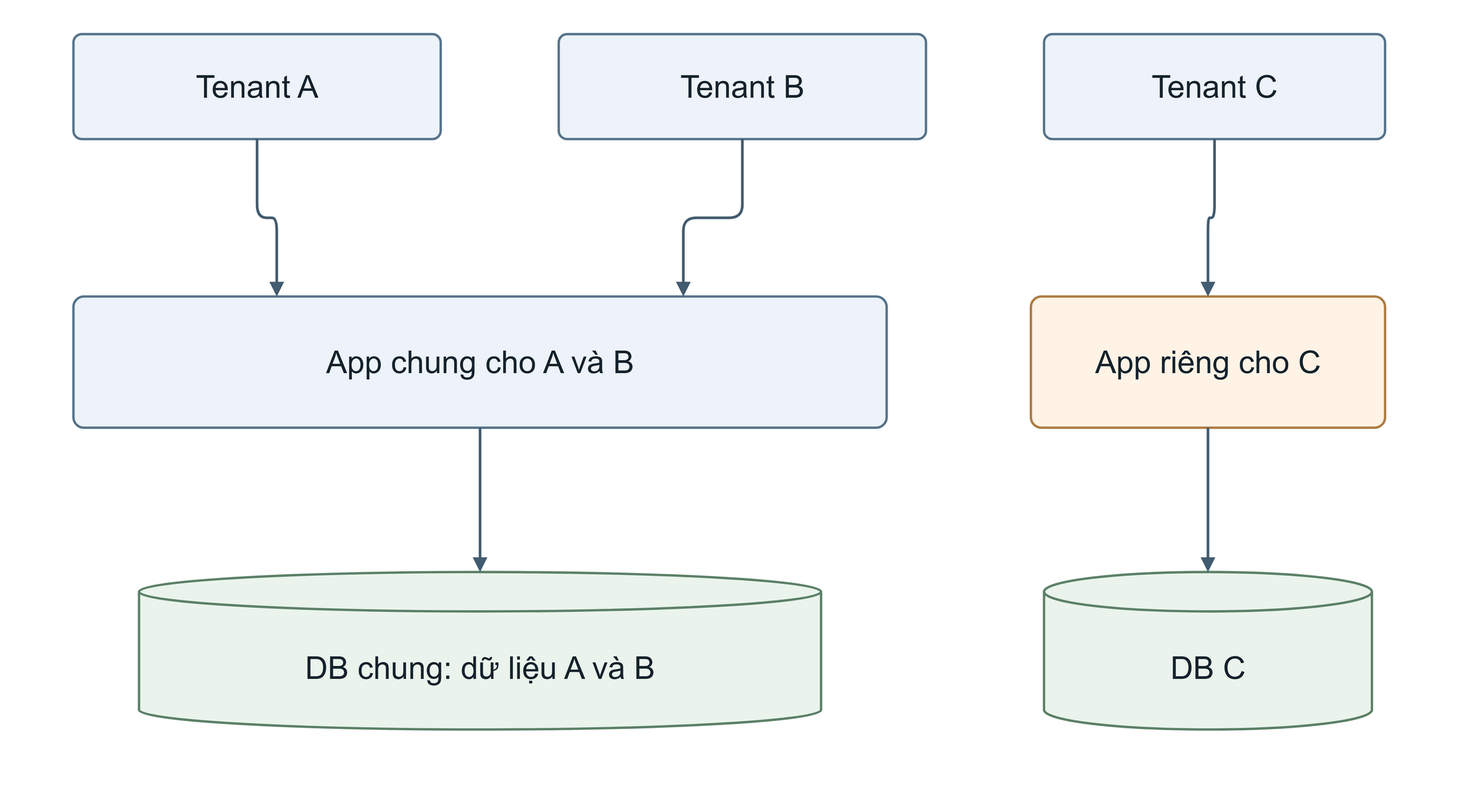
The draw.io diagram output/report-theo-dany/figures/editable-png/hinh_2_4_hybrid.drawio.png in Hungcb123/NCKH-Hung, before a commit. Source tidied: cells renumbered, new cells last; positions are measured from the earlier drawing's top-left corner, leaving out a move shared by most shapes. Source of this version:
```xml
<mxGraphModel background="#ffffff">
  <root>
    <mxCell id="0" />
    <mxCell id="1" parent="0" />
    <mxCell id="2" style="html=1;whiteSpace=wrap;fontFamily=Arial;fontColor=#16232D;fontSize=24;spacing=10;align=center;verticalAlign=middle;fillColor=none;strokeColor=none;" parent="1" vertex="1">
      <mxGeometry width="1100" height="600" as="geometry" />
    </mxCell>
    <mxCell id="3" value="Tenant A" style="html=1;whiteSpace=wrap;fontFamily=Arial;fontColor=#16232D;fontSize=24;spacing=10;align=center;verticalAlign=middle;rounded=1;arcSize=8;fillColor=#EDF3F8;strokeColor=#57748C;strokeWidth=1.8;" parent="1" vertex="1">
      <mxGeometry x="50" y="20" width="280" height="80" as="geometry" />
    </mxCell>
    <mxCell id="4" value="Tenant B" style="html=1;whiteSpace=wrap;fontFamily=Arial;fontColor=#16232D;fontSize=24;spacing=10;align=center;verticalAlign=middle;rounded=1;arcSize=8;fillColor=#EDF3F8;strokeColor=#57748C;strokeWidth=1.8;" parent="1" vertex="1">
      <mxGeometry x="420" y="20" width="280" height="80" as="geometry" />
    </mxCell>
    <mxCell id="5" value="Tenant C" style="html=1;whiteSpace=wrap;fontFamily=Arial;fontColor=#16232D;fontSize=24;spacing=10;align=center;verticalAlign=middle;rounded=1;arcSize=8;fillColor=#EDF3F8;strokeColor=#57748C;strokeWidth=1.8;" parent="1" vertex="1">
      <mxGeometry x="790" y="20" width="260" height="80" as="geometry" />
    </mxCell>
    <mxCell id="6" value="App chung cho A và B" style="html=1;whiteSpace=wrap;fontFamily=Arial;fontColor=#16232D;fontSize=24;spacing=10;align=center;verticalAlign=middle;rounded=1;arcSize=8;fillColor=#EDF3F8;strokeColor=#57748C;strokeWidth=1.8;" parent="1" vertex="1">
      <mxGeometry x="50" y="220" width="620" height="100" as="geometry" />
    </mxCell>
    <mxCell id="7" value="App riêng cho C" style="html=1;whiteSpace=wrap;fontFamily=Arial;fontColor=#16232D;fontSize=24;spacing=10;align=center;verticalAlign=middle;rounded=1;arcSize=8;fillColor=#FFF3E6;strokeColor=#AF7D46;strokeWidth=1.8;" parent="1" vertex="1">
      <mxGeometry x="780" y="220" width="270" height="100" as="geometry" />
    </mxCell>
    <mxCell id="8" value="DB chung: dữ liệu A và B" style="html=1;whiteSpace=wrap;fontFamily=Arial;fontColor=#16232D;fontSize=24;spacing=10;align=center;verticalAlign=middle;shape=cylinder3;size=15;boundedLbl=1;fillColor=#EAF4EC;strokeColor=#5C8168;strokeWidth=1.8;" parent="1" vertex="1">
      <mxGeometry x="100" y="430" width="520" height="120" as="geometry" />
    </mxCell>
    <mxCell id="9" value="DB C" style="html=1;whiteSpace=wrap;fontFamily=Arial;fontColor=#16232D;fontSize=24;spacing=10;align=center;verticalAlign=middle;shape=cylinder3;size=15;boundedLbl=1;fillColor=#EAF4EC;strokeColor=#5C8168;strokeWidth=1.8;" parent="1" vertex="1">
      <mxGeometry x="790" y="430" width="250" height="120" as="geometry" />
    </mxCell>
    <mxCell id="10" style="edgeStyle=orthogonalEdgeStyle;rounded=1;jettySize=auto;html=1;fontFamily=Arial;fontSize=21;fontColor=#16232D;labelBackgroundColor=#FFFFFF;strokeColor=#425C70;strokeWidth=2;endArrow=block;endFill=1;exitX=0.5;exitY=1;entryX=0.25;entryY=0;" parent="1" edge="1" source="3" target="6">
      <mxGeometry relative="1" as="geometry" />
    </mxCell>
    <mxCell id="11" style="edgeStyle=orthogonalEdgeStyle;rounded=1;jettySize=auto;html=1;fontFamily=Arial;fontSize=21;fontColor=#16232D;labelBackgroundColor=#FFFFFF;strokeColor=#425C70;strokeWidth=2;endArrow=block;endFill=1;exitX=0.5;exitY=1;entryX=0.75;entryY=0;" parent="1" edge="1" source="4" target="6">
      <mxGeometry relative="1" as="geometry" />
    </mxCell>
    <mxCell id="12" style="edgeStyle=orthogonalEdgeStyle;rounded=1;jettySize=auto;html=1;fontFamily=Arial;fontSize=21;fontColor=#16232D;labelBackgroundColor=#FFFFFF;strokeColor=#425C70;strokeWidth=2;endArrow=block;endFill=1;exitX=0.5;exitY=1;entryX=0.5;entryY=0;" parent="1" edge="1" source="5" target="7">
      <mxGeometry relative="1" as="geometry" />
    </mxCell>
    <mxCell id="13" style="edgeStyle=orthogonalEdgeStyle;rounded=1;jettySize=auto;html=1;fontFamily=Arial;fontSize=21;fontColor=#16232D;labelBackgroundColor=#FFFFFF;strokeColor=#425C70;strokeWidth=2;endArrow=block;endFill=1;exitX=0.5;exitY=1;entryX=0.5;entryY=0;" parent="1" edge="1" source="6" target="8">
      <mxGeometry relative="1" as="geometry" />
    </mxCell>
    <mxCell id="14" style="edgeStyle=orthogonalEdgeStyle;rounded=1;jettySize=auto;html=1;fontFamily=Arial;fontSize=21;fontColor=#16232D;labelBackgroundColor=#FFFFFF;strokeColor=#425C70;strokeWidth=2;endArrow=block;endFill=1;exitX=0.5;exitY=1;entryX=0.5;entryY=0;" parent="1" edge="1" source="7" target="9">
      <mxGeometry relative="1" as="geometry" />
    </mxCell>
  </root>
</mxGraphModel>
```
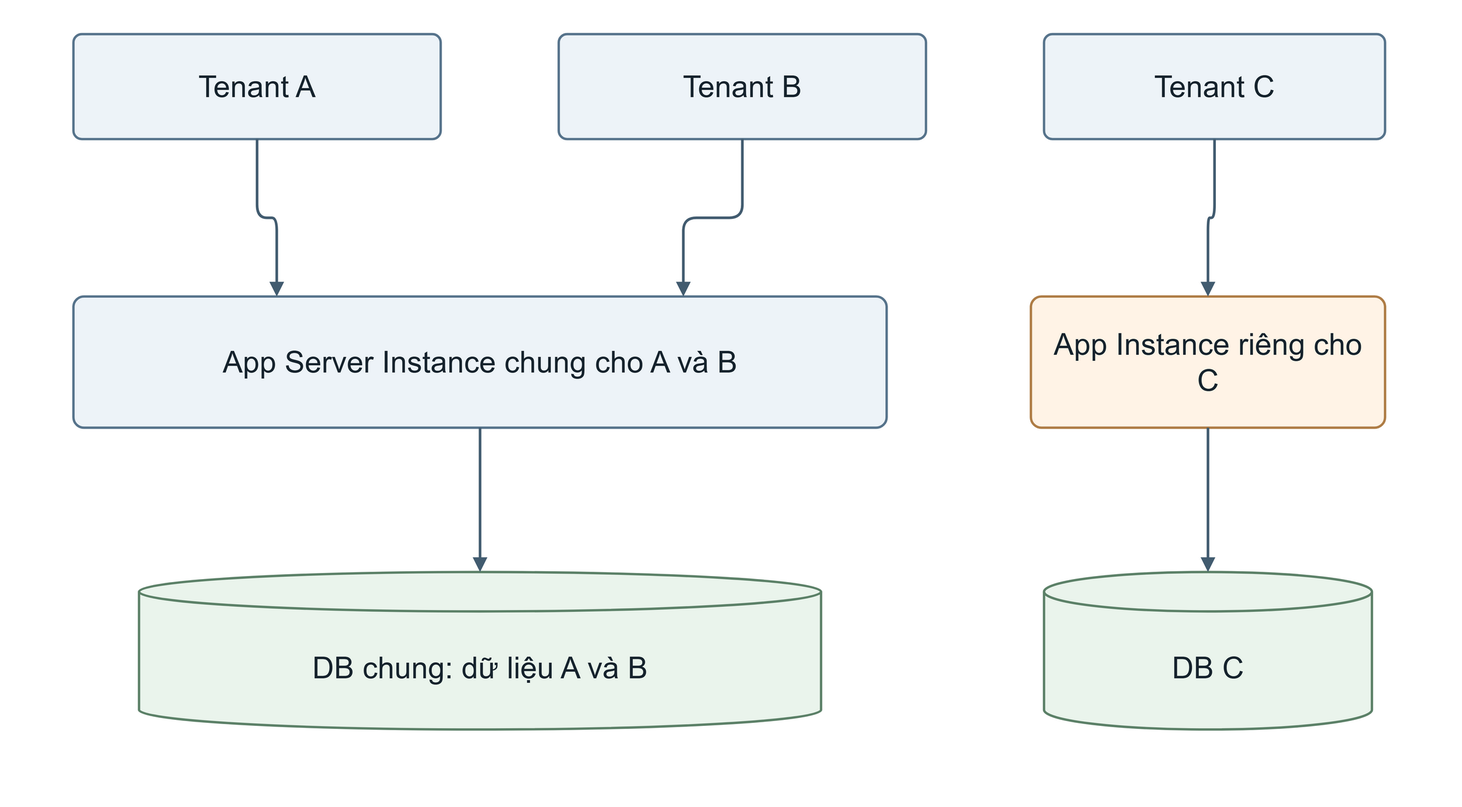
The same file after the commit.

The edit, as a diff of the source:
```diff
@@ -5,40 +5,40 @@
     <mxCell id="2" style="html=1;whiteSpace=wrap;fontFamily=Arial;fontColor=#16232D;fontSize=24;spacing=10;align=center;verticalAlign=middle;fillColor=none;strokeColor=none;" parent="1" vertex="1">
       <mxGeometry width="1100" height="600" as="geometry" />
     </mxCell>
-    <mxCell id="3" value="Tenant A" style="html=1;whiteSpace=wrap;fontFamily=Arial;fontColor=#16232D;fontSize=24;spacing=10;align=center;verticalAlign=middle;rounded=1;arcSize=8;fillColor=#EDF3F8;strokeColor=#57748C;strokeWidth=1.8;" parent="1" vertex="1">
+    <mxCell id="3" value="Tenant A" style="html=1;whiteSpace=wrap;fontFamily=Arial;fontColor=#16232D;fontSize=24;spacing=10;align=center;verticalAlign=middle;rounded=1;arcSize=8;fontSize=23;fillColor=#EDF3F8;strokeColor=#57748C;strokeWidth=1.8;" parent="1" vertex="1">
       <mxGeometry x="50" y="20" width="280" height="80" as="geometry" />
     </mxCell>
-    <mxCell id="4" value="Tenant B" style="html=1;whiteSpace=wrap;fontFamily=Arial;fontColor=#16232D;fontSize=24;spacing=10;align=center;verticalAlign=middle;rounded=1;arcSize=8;fillColor=#EDF3F8;strokeColor=#57748C;strokeWidth=1.8;" parent="1" vertex="1">
+    <mxCell id="4" value="Tenant B" style="html=1;whiteSpace=wrap;fontFamily=Arial;fontColor=#16232D;fontSize=24;spacing=10;align=center;verticalAlign=middle;rounded=1;arcSize=8;fontSize=23;fillColor=#EDF3F8;strokeColor=#57748C;strokeWidth=1.8;" parent="1" vertex="1">
       <mxGeometry x="420" y="20" width="280" height="80" as="geometry" />
     </mxCell>
-    <mxCell id="5" value="Tenant C" style="html=1;whiteSpace=wrap;fontFamily=Arial;fontColor=#16232D;fontSize=24;spacing=10;align=center;verticalAlign=middle;rounded=1;arcSize=8;fillColor=#EDF3F8;strokeColor=#57748C;strokeWidth=1.8;" parent="1" vertex="1">
+    <mxCell id="5" value="Tenant C" style="html=1;whiteSpace=wrap;fontFamily=Arial;fontColor=#16232D;fontSize=24;spacing=10;align=center;verticalAlign=middle;rounded=1;arcSize=8;fontSize=23;fillColor=#EDF3F8;strokeColor=#57748C;strokeWidth=1.8;" parent="1" vertex="1">
       <mxGeometry x="790" y="20" width="260" height="80" as="geometry" />
     </mxCell>
-    <mxCell id="6" value="App chung cho A và B" style="html=1;whiteSpace=wrap;fontFamily=Arial;fontColor=#16232D;fontSize=24;spacing=10;align=center;verticalAlign=middle;rounded=1;arcSize=8;fillColor=#EDF3F8;strokeColor=#57748C;strokeWidth=1.8;" parent="1" vertex="1">
+    <mxCell id="6" value="App Server Instance chung cho A và B" style="html=1;whiteSpace=wrap;fontFamily=Arial;fontColor=#16232D;fontSize=24;spacing=10;align=center;verticalAlign=middle;rounded=1;arcSize=8;fontSize=23;fillColor=#EDF3F8;strokeColor=#57748C;strokeWidth=1.8;" parent="1" vertex="1">
       <mxGeometry x="50" y="220" width="620" height="100" as="geometry" />
     </mxCell>
-    <mxCell id="7" value="App riêng cho C" style="html=1;whiteSpace=wrap;fontFamily=Arial;fontColor=#16232D;fontSize=24;spacing=10;align=center;verticalAlign=middle;rounded=1;arcSize=8;fillColor=#FFF3E6;strokeColor=#AF7D46;strokeWidth=1.8;" parent="1" vertex="1">
+    <mxCell id="7" value="App Instance riêng cho C" style="html=1;whiteSpace=wrap;fontFamily=Arial;fontColor=#16232D;fontSize=24;spacing=10;align=center;verticalAlign=middle;rounded=1;arcSize=8;fontSize=23;fillColor=#FFF3E6;strokeColor=#AF7D46;strokeWidth=1.8;" parent="1" vertex="1">
       <mxGeometry x="780" y="220" width="270" height="100" as="geometry" />
     </mxCell>
-    <mxCell id="8" value="DB chung: dữ liệu A và B" style="html=1;whiteSpace=wrap;fontFamily=Arial;fontColor=#16232D;fontSize=24;spacing=10;align=center;verticalAlign=middle;shape=cylinder3;size=15;boundedLbl=1;fillColor=#EAF4EC;strokeColor=#5C8168;strokeWidth=1.8;" parent="1" vertex="1">
+    <mxCell id="8" value="DB chung: dữ liệu A và B" style="html=1;whiteSpace=wrap;fontFamily=Arial;fontColor=#16232D;fontSize=24;spacing=10;align=center;verticalAlign=middle;shape=cylinder3;size=15;boundedLbl=1;fontSize=23;fillColor=#EAF4EC;strokeColor=#5C8168;strokeWidth=1.8;" parent="1" vertex="1">
       <mxGeometry x="100" y="430" width="520" height="120" as="geometry" />
     </mxCell>
-    <mxCell id="9" value="DB C" style="html=1;whiteSpace=wrap;fontFamily=Arial;fontColor=#16232D;fontSize=24;spacing=10;align=center;verticalAlign=middle;shape=cylinder3;size=15;boundedLbl=1;fillColor=#EAF4EC;strokeColor=#5C8168;strokeWidth=1.8;" parent="1" vertex="1">
+    <mxCell id="9" value="DB C" style="html=1;whiteSpace=wrap;fontFamily=Arial;fontColor=#16232D;fontSize=24;spacing=10;align=center;verticalAlign=middle;shape=cylinder3;size=15;boundedLbl=1;fontSize=23;fillColor=#EAF4EC;strokeColor=#5C8168;strokeWidth=1.8;" parent="1" vertex="1">
       <mxGeometry x="790" y="430" width="250" height="120" as="geometry" />
     </mxCell>
-    <mxCell id="10" style="edgeStyle=orthogonalEdgeStyle;rounded=1;jettySize=auto;html=1;fontFamily=Arial;fontSize=21;fontColor=#16232D;labelBackgroundColor=#FFFFFF;strokeColor=#425C70;strokeWidth=2;endArrow=block;endFill=1;exitX=0.5;exitY=1;entryX=0.25;entryY=0;" parent="1" edge="1" source="3" target="6">
+    <mxCell id="10" style="edgeStyle=orthogonalEdgeStyle;rounded=1;jettySize=auto;html=1;fontFamily=Arial;fontSize=20;fontColor=#16232D;labelBackgroundColor=#FFFFFF;strokeColor=#425C70;strokeWidth=2;endArrow=block;endFill=1;exitX=0.5;exitY=1;entryX=0.25;entryY=0;" parent="1" edge="1" source="3" target="6">
       <mxGeometry relative="1" as="geometry" />
     </mxCell>
-    <mxCell id="11" style="edgeStyle=orthogonalEdgeStyle;rounded=1;jettySize=auto;html=1;fontFamily=Arial;fontSize=21;fontColor=#16232D;labelBackgroundColor=#FFFFFF;strokeColor=#425C70;strokeWidth=2;endArrow=block;endFill=1;exitX=0.5;exitY=1;entryX=0.75;entryY=0;" parent="1" edge="1" source="4" target="6">
+    <mxCell id="11" style="edgeStyle=orthogonalEdgeStyle;rounded=1;jettySize=auto;html=1;fontFamily=Arial;fontSize=20;fontColor=#16232D;labelBackgroundColor=#FFFFFF;strokeColor=#425C70;strokeWidth=2;endArrow=block;endFill=1;exitX=0.5;exitY=1;entryX=0.75;entryY=0;" parent="1" edge="1" source="4" target="6">
       <mxGeometry relative="1" as="geometry" />
     </mxCell>
-    <mxCell id="12" style="edgeStyle=orthogonalEdgeStyle;rounded=1;jettySize=auto;html=1;fontFamily=Arial;fontSize=21;fontColor=#16232D;labelBackgroundColor=#FFFFFF;strokeColor=#425C70;strokeWidth=2;endArrow=block;endFill=1;exitX=0.5;exitY=1;entryX=0.5;entryY=0;" parent="1" edge="1" source="5" target="7">
+    <mxCell id="12" style="edgeStyle=orthogonalEdgeStyle;rounded=1;jettySize=auto;html=1;fontFamily=Arial;fontSize=20;fontColor=#16232D;labelBackgroundColor=#FFFFFF;strokeColor=#425C70;strokeWidth=2;endArrow=block;endFill=1;exitX=0.5;exitY=1;entryX=0.5;entryY=0;" parent="1" edge="1" source="5" target="7">
       <mxGeometry relative="1" as="geometry" />
     </mxCell>
-    <mxCell id="13" style="edgeStyle=orthogonalEdgeStyle;rounded=1;jettySize=auto;html=1;fontFamily=Arial;fontSize=21;fontColor=#16232D;labelBackgroundColor=#FFFFFF;strokeColor=#425C70;strokeWidth=2;endArrow=block;endFill=1;exitX=0.5;exitY=1;entryX=0.5;entryY=0;" parent="1" edge="1" source="6" target="8">
+    <mxCell id="13" style="edgeStyle=orthogonalEdgeStyle;rounded=1;jettySize=auto;html=1;fontFamily=Arial;fontSize=20;fontColor=#16232D;labelBackgroundColor=#FFFFFF;strokeColor=#425C70;strokeWidth=2;endArrow=block;endFill=1;exitX=0.5;exitY=1;entryX=0.5;entryY=0;" parent="1" edge="1" source="6" target="8">
       <mxGeometry relative="1" as="geometry" />
     </mxCell>
-    <mxCell id="14" style="edgeStyle=orthogonalEdgeStyle;rounded=1;jettySize=auto;html=1;fontFamily=Arial;fontSize=21;fontColor=#16232D;labelBackgroundColor=#FFFFFF;strokeColor=#425C70;strokeWidth=2;endArrow=block;endFill=1;exitX=0.5;exitY=1;entryX=0.5;entryY=0;" parent="1" edge="1" source="7" target="9">
+    <mxCell id="14" style="edgeStyle=orthogonalEdgeStyle;rounded=1;jettySize=auto;html=1;fontFamily=Arial;fontSize=20;fontColor=#16232D;labelBackgroundColor=#FFFFFF;strokeColor=#425C70;strokeWidth=2;endArrow=block;endFill=1;exitX=0.5;exitY=1;entryX=0.5;entryY=0;" parent="1" edge="1" source="7" target="9">
       <mxGeometry relative="1" as="geometry" />
     </mxCell>
   </root>
```
